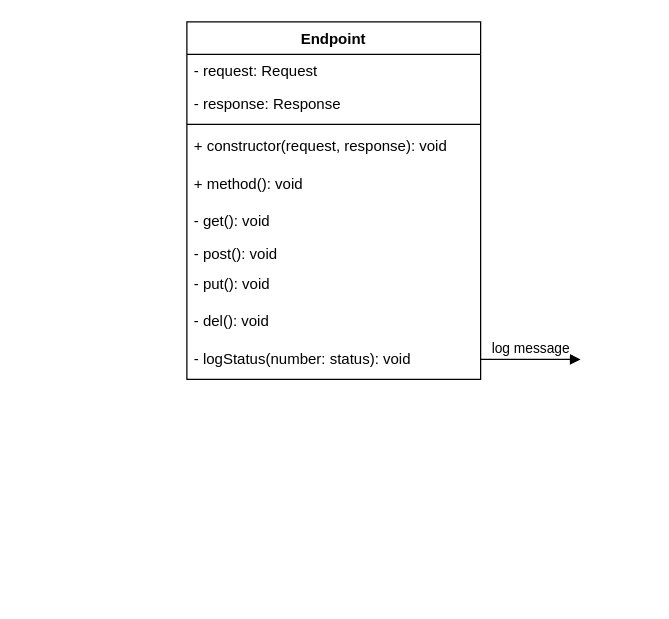
Before: docs/endpoints.drawio in syr0s/tubester-restful-api, a draw.io diagram. Source tidied: cells renumbered, new cells numbered last; positions are measured from the earlier drawing's top-left corner, leaving out a move shared by most shapes. Both pictures are drawn from the tidied source at 125%, with x=0, y=0 at pixel (186, 21).
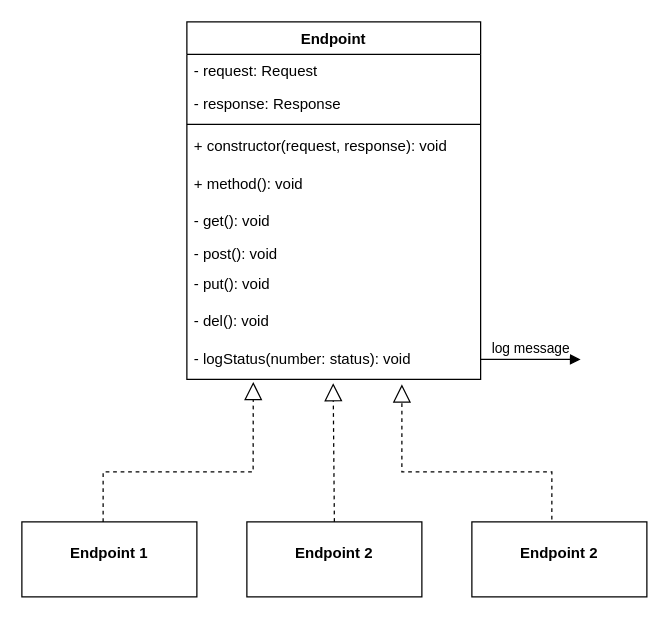
The same diagram, later.

Commit message:
docs: :memo: updated endpoints uml

Unchanged cells that the change refers to:
```xml
<mxCell id="12" value="- logStatus(number: status): void" style="text;strokeColor=none;fillColor=none;align=left;verticalAlign=top;spacingLeft=4;spacingRight=4;overflow=hidden;points=[[0,0.5],[1,0.5]];portConstraint=eastwest;" parent="2" vertex="1">
  <mxGeometry y="256" width="235" height="30" as="geometry" />
</mxCell>
```

Change to the diagram source:
```diff
@@
+    <mxCell id="14" value="&lt;p style=&quot;margin: 0px ; margin-top: 4px ; text-align: center&quot;&gt;&lt;br&gt;&lt;b&gt;Endpoint 1&lt;/b&gt;&lt;/p&gt;" style="verticalAlign=top;align=left;overflow=fill;fontSize=12;fontFamily=Helvetica;html=1;" parent="1" vertex="1">
+      <mxGeometry x="-132" y="400" width="140" height="60" as="geometry" />
+    </mxCell>
+    <mxCell id="15" value="&lt;p style=&quot;margin: 0px ; margin-top: 4px ; text-align: center&quot;&gt;&lt;br&gt;&lt;b&gt;Endpoint 2&lt;/b&gt;&lt;/p&gt;" style="verticalAlign=top;align=left;overflow=fill;fontSize=12;fontFamily=Helvetica;html=1;" parent="1" vertex="1">
+      <mxGeometry x="48" y="400" width="140" height="60" as="geometry" />
+    </mxCell>
+    <mxCell id="16" value="&lt;p style=&quot;margin: 0px ; margin-top: 4px ; text-align: center&quot;&gt;&lt;br&gt;&lt;b&gt;Endpoint 2&lt;/b&gt;&lt;/p&gt;" style="verticalAlign=top;align=left;overflow=fill;fontSize=12;fontFamily=Helvetica;html=1;" parent="1" vertex="1">
+      <mxGeometry x="228" y="400" width="140" height="60" as="geometry" />
+    </mxCell>
+    <mxCell id="17" style="endArrow=block;dashed=1;endFill=0;endSize=12;html=1;rounded=0;exitX=0.5;exitY=0;exitDx=0;exitDy=0;entryX=0.498;entryY=1.1;entryDx=0;entryDy=0;entryPerimeter=0;" parent="1" edge="1" source="15" target="12">
+      <mxGeometry relative="1" as="geometry" />
+    </mxCell>
+    <mxCell id="18" style="endArrow=block;dashed=1;endFill=0;endSize=12;html=1;rounded=0;entryX=0.226;entryY=1.067;entryDx=0;entryDy=0;entryPerimeter=0;" parent="1" edge="1" target="12">
+      <mxGeometry relative="1" as="geometry">
+        <mxPoint x="-67" y="400" as="sourcePoint" />
+        <Array as="points">
+          <mxPoint x="-67" y="360" />
+          <mxPoint x="53" y="360" />
+        </Array>
+      </mxGeometry>
+    </mxCell>
+    <mxCell id="19" style="endArrow=block;dashed=1;endFill=0;endSize=12;html=1;rounded=0;exitX=0.457;exitY=-0.033;exitDx=0;exitDy=0;exitPerimeter=0;entryX=0.732;entryY=1.133;entryDx=0;entryDy=0;entryPerimeter=0;" parent="1" edge="1" source="16" target="12">
+      <mxGeometry relative="1" as="geometry">
+        <Array as="points">
+          <mxPoint x="292" y="360" />
+          <mxPoint x="172" y="360" />
+        </Array>
+      </mxGeometry>
+    </mxCell>
```
